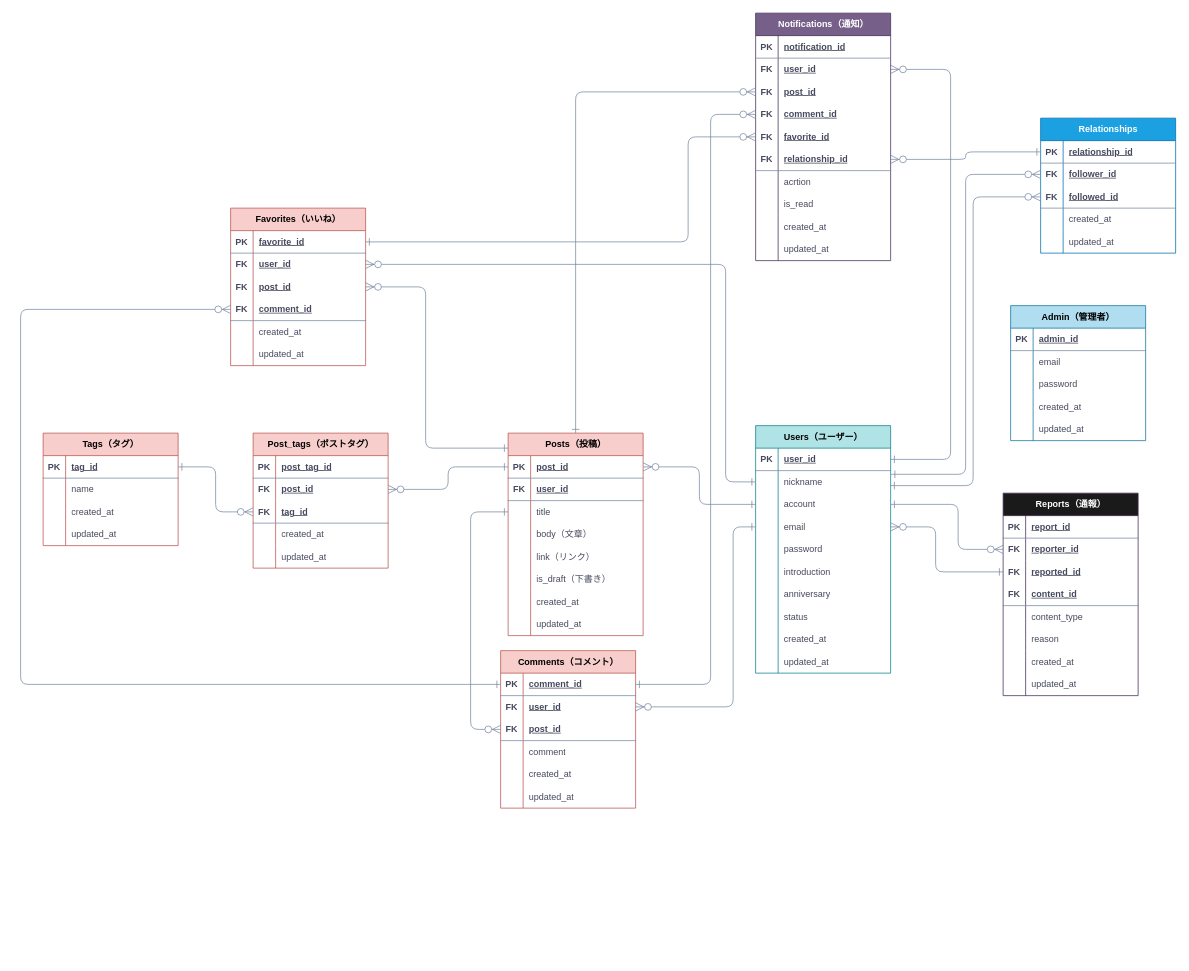
This is 2seeds.drawio from Ganmo3/drawio, a draw.io file, before an edit. Source tidied: cells renumbered, new cells numbered last; positions are measured from the earlier drawing's top-left corner, leaving out a move shared by most shapes. Both pictures are drawn from the tidied source at 75%, with x=0, y=0 at pixel (20, 13).
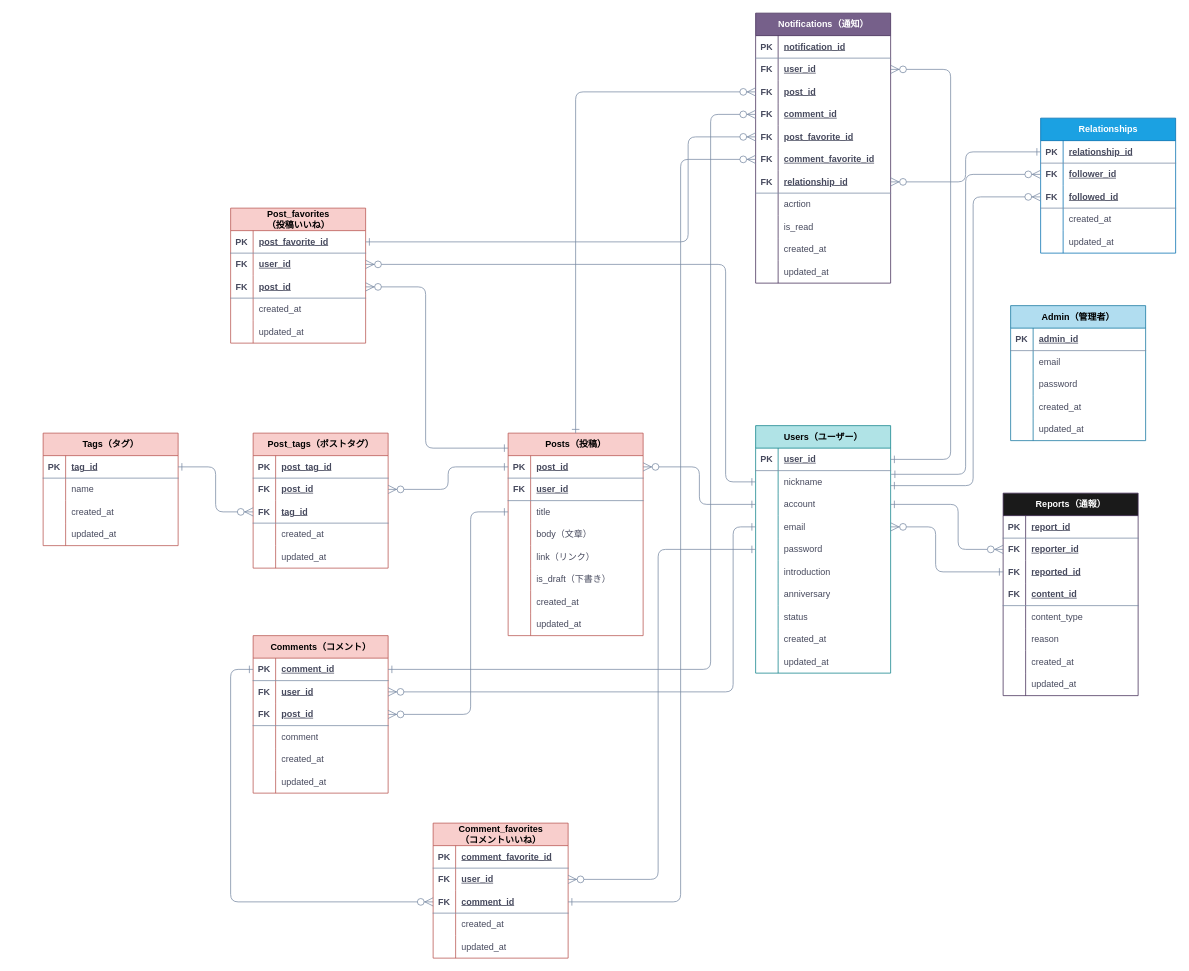
After the change.

Commit message:
2seeds.drawio を更新します

The change refers to these unchanged cells:
```xml
<mxCell id="31" style="shape=tableRow;horizontal=0;startSize=0;swimlaneHead=0;swimlaneBody=0;fillColor=none;points=[[0,0.5],[1,0.5]];portConstraint=eastwest;top=0;left=0;right=0;bottom=0;strokeColor=#788AA3;fontFamily=Helvetica;fontSize=12;fontColor=#46495D;html=1;labelBackgroundColor=none;" parent="18" vertex="1">
  <mxGeometry y="150" width="180" height="30" as="geometry" />
</mxCell>
<mxCell id="60" style="shape=tableRow;horizontal=0;startSize=0;swimlaneHead=0;swimlaneBody=0;fillColor=none;points=[[0,0.5],[1,0.5]];portConstraint=eastwest;top=0;left=0;right=0;bottom=0;strokeColor=#788AA3;fontFamily=Helvetica;fontSize=12;fontColor=#46495D;html=1;labelBackgroundColor=none;" parent="53" vertex="1">
  <mxGeometry y="90" width="180" height="30" as="geometry" />
</mxCell>
<mxCell id="82" style="shape=tableRow;horizontal=0;startSize=0;swimlaneHead=0;swimlaneBody=0;fillColor=none;points=[[0,0.5],[1,0.5]];portConstraint=eastwest;top=0;left=0;right=0;bottom=1;strokeColor=#788AA3;fontFamily=Helvetica;fontSize=12;fontColor=#46495D;html=1;labelBackgroundColor=none;" parent="81" vertex="1">
  <mxGeometry y="30" width="180" height="30" as="geometry" />
</mxCell>
<mxCell id="101" style="shape=tableRow;horizontal=0;startSize=0;swimlaneHead=0;swimlaneBody=0;fillColor=none;points=[[0,0.5],[1,0.5]];portConstraint=eastwest;top=0;left=0;right=0;bottom=1;strokeColor=#788AA3;fontFamily=Helvetica;fontSize=12;fontColor=#46495D;html=1;labelBackgroundColor=none;" parent="100" vertex="1">
  <mxGeometry y="30" width="180" height="30" as="geometry" />
</mxCell>
<mxCell id="107" style="shape=tableRow;horizontal=0;startSize=0;swimlaneHead=0;swimlaneBody=0;fillColor=none;points=[[0,0.5],[1,0.5]];portConstraint=eastwest;top=0;left=0;right=0;bottom=1;strokeColor=#788AA3;fontFamily=Helvetica;fontSize=12;fontColor=#46495D;html=1;labelBackgroundColor=none;" parent="100" vertex="1">
  <mxGeometry y="90" width="180" height="30" as="geometry" />
</mxCell>
<mxCell id="151" style="shape=tableRow;horizontal=0;startSize=0;swimlaneHead=0;swimlaneBody=0;fillColor=none;points=[[0,0.5],[1,0.5]];portConstraint=eastwest;top=0;left=0;right=0;bottom=0;strokeColor=#788AA3;fontFamily=Helvetica;fontSize=12;fontColor=#46495D;html=1;labelBackgroundColor=none;" parent="138" vertex="1">
  <mxGeometry y="150" width="180" height="30" as="geometry" />
</mxCell>
```

The edit, as a diff of the source:
```diff
@@
-    <mxCell id="81" value="Favorites（いいね）" style="shape=table;startSize=30;childLayout=tableLayout;rowLines=0;fontStyle=1;align=center;html=1;strokeColor=#b85450;fontFamily=Helvetica;fontSize=12;fillColor=#f8cecc;labelBackgroundColor=none;" parent="1" vertex="1">
-      <mxGeometry x="280" y="260" width="180" height="210" as="geometry" />
+    <mxCell id="81" value="Post_favorites&lt;br&gt;（投稿いいね）" style="shape=table;startSize=30;childLayout=tableLayout;rowLines=0;fontStyle=1;align=center;html=1;strokeColor=#b85450;fontFamily=Helvetica;fontSize=12;fillColor=#f8cecc;labelBackgroundColor=none;" parent="1" vertex="1">
+      <mxGeometry x="280" y="260" width="180" height="180" as="geometry" />
     </mxCell>
@@
-    <mxCell id="84" value="favorite_id" style="shape=partialRectangle;fillColor=none;top=0;left=0;bottom=0;right=0;align=left;spacingLeft=6;fontStyle=5;overflow=hidden;whiteSpace=wrap;html=1;strokeColor=#788AA3;fontFamily=Helvetica;fontSize=12;fontColor=#46495D;startSize=23;labelBackgroundColor=none;" parent="82" vertex="1">
+    <mxCell id="84" value="post_favorite_id" style="shape=partialRectangle;fillColor=none;top=0;left=0;bottom=0;right=0;align=left;spacingLeft=6;fontStyle=5;overflow=hidden;whiteSpace=wrap;html=1;strokeColor=#788AA3;fontFamily=Helvetica;fontSize=12;fontColor=#46495D;startSize=23;labelBackgroundColor=none;" parent="82" vertex="1">
       <mxGeometry x="30" width="150" height="30" as="geometry" />
     </mxCell>
@@
-    <mxCell id="88" style="shape=tableRow;horizontal=0;startSize=0;swimlaneHead=0;swimlaneBody=0;fillColor=none;top=0;left=0;right=0;bottom=0;strokeColor=#788AA3;fontFamily=Helvetica;fontSize=12;fontColor=#46495D;html=1;labelBackgroundColor=none;" parent="81" vertex="1">
-      <mxGeometry y="90" width="180" height="30" as="geometry" />
-    </mxCell>
-    <mxCell id="89" value="&lt;b&gt;FK&lt;/b&gt;" style="shape=partialRectangle;fillColor=none;top=0;left=0;bottom=0;right=0;overflow=hidden;whiteSpace=wrap;html=1;strokeColor=#788AA3;fontFamily=Helvetica;fontSize=12;fontColor=#46495D;startSize=23;labelBackgroundColor=none;" parent="88" vertex="1">
-      <mxGeometry width="30" height="30" as="geometry" />
-    </mxCell>
-    <mxCell id="90" value="&lt;u&gt;&lt;b&gt;post_id&lt;/b&gt;&lt;/u&gt;" style="shape=partialRectangle;fillColor=none;top=0;left=0;bottom=0;right=0;align=left;spacingLeft=6;overflow=hidden;whiteSpace=wrap;html=1;strokeColor=#788AA3;fontFamily=Helvetica;fontSize=12;fontColor=#46495D;startSize=23;labelBackgroundColor=none;" parent="88" vertex="1">
-      <mxGeometry x="30" width="150" height="30" as="geometry" />
-    </mxCell>
     <mxCell id="91" style="shape=tableRow;horizontal=0;startSize=0;swimlaneHead=0;swimlaneBody=0;fillColor=none;points=[[0,0.5],[1,0.5]];portConstraint=eastwest;top=0;left=0;right=0;bottom=1;strokeColor=#788AA3;fontFamily=Helvetica;fontSize=12;fontColor=#46495D;html=1;labelBackgroundColor=none;" parent="81" vertex="1">
-      <mxGeometry y="120" width="180" height="30" as="geometry" />
+      <mxGeometry y="90" width="180" height="30" as="geometry" />
     </mxCell>
@@
-    <mxCell id="93" value="comment_id" style="shape=partialRectangle;fillColor=none;top=0;left=0;bottom=0;right=0;align=left;spacingLeft=6;fontStyle=5;overflow=hidden;whiteSpace=wrap;html=1;strokeColor=#788AA3;fontFamily=Helvetica;fontSize=12;fontColor=#46495D;startSize=23;labelBackgroundColor=none;" parent="91" vertex="1">
+    <mxCell id="93" value="post_id" style="shape=partialRectangle;fillColor=none;top=0;left=0;bottom=0;right=0;align=left;spacingLeft=6;fontStyle=5;overflow=hidden;whiteSpace=wrap;html=1;strokeColor=#788AA3;fontFamily=Helvetica;fontSize=12;fontColor=#46495D;startSize=23;labelBackgroundColor=none;" parent="91" vertex="1">
       <mxGeometry x="30" width="150" height="30" as="geometry" />
     </mxCell>
     <mxCell id="94" style="shape=tableRow;horizontal=0;startSize=0;swimlaneHead=0;swimlaneBody=0;fillColor=none;top=0;left=0;right=0;bottom=0;strokeColor=#788AA3;fontFamily=Helvetica;fontSize=12;fontColor=#46495D;html=1;labelBackgroundColor=none;" parent="81" vertex="1">
-      <mxGeometry y="150" width="180" height="30" as="geometry" />
+      <mxGeometry y="120" width="180" height="30" as="geometry" />
     </mxCell>
@@
     <mxCell id="97" style="shape=tableRow;horizontal=0;startSize=0;swimlaneHead=0;swimlaneBody=0;fillColor=none;top=0;left=0;right=0;bottom=0;strokeColor=#788AA3;fontFamily=Helvetica;fontSize=12;fontColor=#46495D;html=1;labelBackgroundColor=none;" parent="81" vertex="1">
-      <mxGeometry y="180" width="180" height="30" as="geometry" />
+      <mxGeometry y="150" width="180" height="30" as="geometry" />
     </mxCell>
@@
     <mxCell id="100" value="Comments（コメント）" style="shape=table;startSize=30;childLayout=tableLayout;rowLines=0;fontStyle=1;align=center;html=1;strokeColor=#b85450;fontFamily=Helvetica;fontSize=12;fillColor=#f8cecc;labelBackgroundColor=none;" parent="1" vertex="1">
-      <mxGeometry x="640" y="850" width="180" height="210" as="geometry" />
+      <mxGeometry x="310" y="830" width="180" height="210" as="geometry" />
     </mxCell>
@@
-    <mxCell id="120" style="edgeStyle=elbowEdgeStyle;fontSize=12;html=1;endArrow=ERzeroToMany;endFill=1;fontFamily=Helvetica;fontColor=default;startSize=8;rounded=1;startArrow=ERone;startFill=0;endSize=9;labelBackgroundColor=none;strokeColor=#788AA3;exitX=0;exitY=0.5;exitDx=0;exitDy=0;" parent="1" edge="1" source="60">
+    <mxCell id="120" style="edgeStyle=elbowEdgeStyle;fontSize=12;html=1;endArrow=ERzeroToMany;endFill=1;fontFamily=Helvetica;fontColor=default;startSize=8;rounded=1;startArrow=ERone;startFill=0;endSize=9;labelBackgroundColor=none;strokeColor=#788AA3;exitX=0;exitY=0.5;exitDx=0;exitDy=0;entryX=1;entryY=0.5;entryDx=0;entryDy=0;" parent="1" edge="1" source="60" target="107">
       <mxGeometry relative="1" as="geometry">
-        <mxPoint x="640" y="955" as="targetPoint" />
         <Array as="points">
           <mxPoint x="600" y="820" />
         </Array>
       </mxGeometry>
     </mxCell>
@@
     <mxCell id="138" value="Notifications（通知）" style="shape=table;startSize=30;childLayout=tableLayout;rowLines=0;fontStyle=1;align=center;html=1;strokeColor=#432D57;fontFamily=Helvetica;fontSize=12;fillColor=#76608a;labelBackgroundColor=none;fontColor=#ffffff;" parent="1" vertex="1">
-      <mxGeometry x="980" width="180" height="330" as="geometry" />
+      <mxGeometry x="980" width="180" height="360" as="geometry" />
     </mxCell>
@@
-    <mxCell id="153" value="&lt;u&gt;&lt;b&gt;favorite_id&lt;/b&gt;&lt;/u&gt;" style="shape=partialRectangle;fillColor=none;top=0;left=0;bottom=0;right=0;align=left;spacingLeft=6;overflow=hidden;whiteSpace=wrap;html=1;strokeColor=#788AA3;fontFamily=Helvetica;fontSize=12;fontColor=#46495D;startSize=23;labelBackgroundColor=none;" parent="151" vertex="1">
+    <mxCell id="153" value="&lt;u&gt;&lt;b&gt;post_favorite_id&lt;/b&gt;&lt;/u&gt;" style="shape=partialRectangle;fillColor=none;top=0;left=0;bottom=0;right=0;align=left;spacingLeft=6;overflow=hidden;whiteSpace=wrap;html=1;strokeColor=#788AA3;fontFamily=Helvetica;fontSize=12;fontColor=#46495D;startSize=23;labelBackgroundColor=none;" parent="151" vertex="1">
       <mxGeometry x="30" width="150" height="30" as="geometry" />
     </mxCell>
+    <mxCell id="236" style="shape=tableRow;horizontal=0;startSize=0;swimlaneHead=0;swimlaneBody=0;fillColor=none;points=[[0,0.5],[1,0.5]];portConstraint=eastwest;top=0;left=0;right=0;bottom=0;strokeColor=#788AA3;fontFamily=Helvetica;fontSize=12;fontColor=#46495D;html=1;labelBackgroundColor=none;" parent="138" vertex="1">
+      <mxGeometry y="180" width="180" height="30" as="geometry" />
+    </mxCell>
+    <mxCell id="237" value="&lt;b&gt;FK&lt;/b&gt;" style="shape=partialRectangle;fillColor=none;top=0;left=0;bottom=0;right=0;overflow=hidden;whiteSpace=wrap;html=1;strokeColor=#788AA3;fontFamily=Helvetica;fontSize=12;fontColor=#46495D;startSize=23;labelBackgroundColor=none;" parent="236" vertex="1">
+      <mxGeometry width="30" height="30" as="geometry" />
+    </mxCell>
+    <mxCell id="238" value="&lt;u&gt;&lt;b&gt;comment_favorite_id&lt;/b&gt;&lt;/u&gt;" style="shape=partialRectangle;fillColor=none;top=0;left=0;bottom=0;right=0;align=left;spacingLeft=6;overflow=hidden;whiteSpace=wrap;html=1;strokeColor=#788AA3;fontFamily=Helvetica;fontSize=12;fontColor=#46495D;startSize=23;labelBackgroundColor=none;" parent="236" vertex="1">
+      <mxGeometry x="30" width="150" height="30" as="geometry" />
+    </mxCell>
     <mxCell id="154" style="shape=tableRow;horizontal=0;startSize=0;swimlaneHead=0;swimlaneBody=0;fillColor=none;points=[[0,0.5],[1,0.5]];portConstraint=eastwest;top=0;left=0;right=0;bottom=1;strokeColor=#788AA3;fontFamily=Helvetica;fontSize=12;fontColor=#46495D;html=1;labelBackgroundColor=none;" parent="138" vertex="1">
-      <mxGeometry y="180" width="180" height="30" as="geometry" />
+      <mxGeometry y="210" width="180" height="30" as="geometry" />
     </mxCell>
@@
     <mxCell id="157" style="shape=tableRow;horizontal=0;startSize=0;swimlaneHead=0;swimlaneBody=0;fillColor=none;top=0;left=0;right=0;bottom=0;strokeColor=#788AA3;fontFamily=Helvetica;fontSize=12;fontColor=#46495D;html=1;labelBackgroundColor=none;" parent="138" vertex="1">
-      <mxGeometry y="210" width="180" height="30" as="geometry" />
+      <mxGeometry y="240" width="180" height="30" as="geometry" />
     </mxCell>
@@
     <mxCell id="160" style="shape=tableRow;horizontal=0;startSize=0;swimlaneHead=0;swimlaneBody=0;fillColor=none;top=0;left=0;right=0;bottom=0;strokeColor=#788AA3;fontFamily=Helvetica;fontSize=12;fontColor=#46495D;html=1;labelBackgroundColor=none;" parent="138" vertex="1">
-      <mxGeometry y="240" width="180" height="30" as="geometry" />
+      <mxGeometry y="270" width="180" height="30" as="geometry" />
     </mxCell>
@@
     <mxCell id="163" style="shape=tableRow;horizontal=0;startSize=0;swimlaneHead=0;swimlaneBody=0;fillColor=none;top=0;left=0;right=0;bottom=0;strokeColor=#788AA3;fontFamily=Helvetica;fontSize=12;fontColor=#46495D;html=1;labelBackgroundColor=none;" parent="138" vertex="1">
-      <mxGeometry y="270" width="180" height="30" as="geometry" />
+      <mxGeometry y="300" width="180" height="30" as="geometry" />
     </mxCell>
@@
     <mxCell id="166" style="shape=tableRow;horizontal=0;startSize=0;swimlaneHead=0;swimlaneBody=0;fillColor=none;top=0;left=0;right=0;bottom=0;strokeColor=#788AA3;fontFamily=Helvetica;fontSize=12;fontColor=#46495D;html=1;labelBackgroundColor=none;" parent="138" vertex="1">
-      <mxGeometry y="300" width="180" height="30" as="geometry" />
+      <mxGeometry y="330" width="180" height="30" as="geometry" />
     </mxCell>
@@
-    <mxCell id="235" style="edgeStyle=elbowEdgeStyle;fontSize=12;html=1;endArrow=ERzeroToMany;endFill=1;fontFamily=Helvetica;fontColor=default;startSize=8;rounded=1;startArrow=ERone;startFill=0;endSize=9;labelBackgroundColor=none;strokeColor=#788AA3;exitX=0;exitY=0.5;exitDx=0;exitDy=0;entryX=0;entryY=0.5;entryDx=0;entryDy=0;" parent="1" edge="1" source="101" target="91">
+    <mxCell id="235" style="edgeStyle=elbowEdgeStyle;fontSize=12;html=1;endArrow=ERzeroToMany;endFill=1;fontFamily=Helvetica;fontColor=default;startSize=8;rounded=1;startArrow=ERone;startFill=0;endSize=9;labelBackgroundColor=none;strokeColor=#788AA3;exitX=0;exitY=0.5;exitDx=0;exitDy=0;" parent="1" edge="1" source="101" target="246">
       <mxGeometry relative="1" as="geometry">
         <Array as="points">
-          <mxPoint y="650" />
+          <mxPoint x="280" y="1040" />
         </Array>
       </mxGeometry>
     </mxCell>
+    <mxCell id="239" value="Comment_favorites&lt;br&gt;（コメントいいね）" style="shape=table;startSize=30;childLayout=tableLayout;rowLines=0;fontStyle=1;align=center;html=1;strokeColor=#b85450;fontFamily=Helvetica;fontSize=12;fillColor=#f8cecc;labelBackgroundColor=none;" parent="1" vertex="1">
+      <mxGeometry x="550" y="1080" width="180" height="180" as="geometry" />
+    </mxCell>
+    <mxCell id="240" style="shape=tableRow;horizontal=0;startSize=0;swimlaneHead=0;swimlaneBody=0;fillColor=none;top=0;left=0;right=0;bottom=1;strokeColor=#788AA3;fontFamily=Helvetica;fontSize=12;fontColor=#46495D;html=1;labelBackgroundColor=none;" parent="239" vertex="1">
+      <mxGeometry y="30" width="180" height="30" as="geometry" />
+    </mxCell>
+    <mxCell id="241" value="PK" style="shape=partialRectangle;fillColor=none;top=0;left=0;bottom=0;right=0;fontStyle=1;overflow=hidden;whiteSpace=wrap;html=1;strokeColor=#788AA3;fontFamily=Helvetica;fontSize=12;fontColor=#46495D;startSize=23;labelBackgroundColor=none;" parent="240" vertex="1">
+      <mxGeometry width="30" height="30" as="geometry" />
+    </mxCell>
+    <mxCell id="242" value="comment_favorite_id" style="shape=partialRectangle;fillColor=none;top=0;left=0;bottom=0;right=0;align=left;spacingLeft=6;fontStyle=5;overflow=hidden;whiteSpace=wrap;html=1;strokeColor=#788AA3;fontFamily=Helvetica;fontSize=12;fontColor=#46495D;startSize=23;labelBackgroundColor=none;" parent="240" vertex="1">
+      <mxGeometry x="30" width="150" height="30" as="geometry" />
+    </mxCell>
+    <mxCell id="243" style="shape=tableRow;horizontal=0;startSize=0;swimlaneHead=0;swimlaneBody=0;fillColor=none;points=[[0,0.5],[1,0.5]];portConstraint=eastwest;top=0;left=0;right=0;bottom=0;strokeColor=#788AA3;fontFamily=Helvetica;fontSize=12;fontColor=#46495D;html=1;labelBackgroundColor=none;" parent="239" vertex="1">
+      <mxGeometry y="60" width="180" height="30" as="geometry" />
+    </mxCell>
+    <mxCell id="244" value="&lt;b&gt;FK&lt;/b&gt;" style="shape=partialRectangle;fillColor=none;top=0;left=0;bottom=0;right=0;overflow=hidden;whiteSpace=wrap;html=1;strokeColor=#788AA3;fontFamily=Helvetica;fontSize=12;fontColor=#46495D;startSize=23;labelBackgroundColor=none;" parent="243" vertex="1">
+      <mxGeometry width="30" height="30" as="geometry" />
+    </mxCell>
+    <mxCell id="245" value="&lt;u&gt;&lt;b&gt;user_id&lt;/b&gt;&lt;/u&gt;" style="shape=partialRectangle;fillColor=none;top=0;left=0;bottom=0;right=0;align=left;spacingLeft=6;overflow=hidden;whiteSpace=wrap;html=1;strokeColor=#788AA3;fontFamily=Helvetica;fontSize=12;fontColor=#46495D;startSize=23;labelBackgroundColor=none;" parent="243" vertex="1">
+      <mxGeometry x="30" width="150" height="30" as="geometry" />
+    </mxCell>
+    <mxCell id="246" style="shape=tableRow;horizontal=0;startSize=0;swimlaneHead=0;swimlaneBody=0;fillColor=none;points=[[0,0.5],[1,0.5]];portConstraint=eastwest;top=0;left=0;right=0;bottom=1;strokeColor=#788AA3;fontFamily=Helvetica;fontSize=12;fontColor=#46495D;html=1;labelBackgroundColor=none;" parent="239" vertex="1">
+      <mxGeometry y="90" width="180" height="30" as="geometry" />
+    </mxCell>
+    <mxCell id="247" value="FK" style="shape=partialRectangle;fillColor=none;top=0;left=0;bottom=0;right=0;fontStyle=1;overflow=hidden;whiteSpace=wrap;html=1;strokeColor=#788AA3;fontFamily=Helvetica;fontSize=12;fontColor=#46495D;startSize=23;labelBackgroundColor=none;" parent="246" vertex="1">
+      <mxGeometry width="30" height="30" as="geometry" />
+    </mxCell>
+    <mxCell id="248" value="comment_id" style="shape=partialRectangle;fillColor=none;top=0;left=0;bottom=0;right=0;align=left;spacingLeft=6;fontStyle=5;overflow=hidden;whiteSpace=wrap;html=1;strokeColor=#788AA3;fontFamily=Helvetica;fontSize=12;fontColor=#46495D;startSize=23;labelBackgroundColor=none;" parent="246" vertex="1">
+      <mxGeometry x="30" width="150" height="30" as="geometry" />
+    </mxCell>
+    <mxCell id="249" style="shape=tableRow;horizontal=0;startSize=0;swimlaneHead=0;swimlaneBody=0;fillColor=none;top=0;left=0;right=0;bottom=0;strokeColor=#788AA3;fontFamily=Helvetica;fontSize=12;fontColor=#46495D;html=1;labelBackgroundColor=none;" parent="239" vertex="1">
+      <mxGeometry y="120" width="180" height="30" as="geometry" />
+    </mxCell>
+    <mxCell id="250" style="shape=partialRectangle;fillColor=none;top=0;left=0;bottom=0;right=0;overflow=hidden;whiteSpace=wrap;html=1;strokeColor=#788AA3;fontFamily=Helvetica;fontSize=12;fontColor=#46495D;startSize=23;labelBackgroundColor=none;" parent="249" vertex="1">
+      <mxGeometry width="30" height="30" as="geometry" />
+    </mxCell>
+    <mxCell id="251" value="created_at" style="shape=partialRectangle;fillColor=none;top=0;left=0;bottom=0;right=0;align=left;spacingLeft=6;overflow=hidden;whiteSpace=wrap;html=1;strokeColor=#788AA3;fontFamily=Helvetica;fontSize=12;fontColor=#46495D;startSize=23;labelBackgroundColor=none;" parent="249" vertex="1">
+      <mxGeometry x="30" width="150" height="30" as="geometry" />
+    </mxCell>
+    <mxCell id="252" style="shape=tableRow;horizontal=0;startSize=0;swimlaneHead=0;swimlaneBody=0;fillColor=none;top=0;left=0;right=0;bottom=0;strokeColor=#788AA3;fontFamily=Helvetica;fontSize=12;fontColor=#46495D;html=1;labelBackgroundColor=none;" parent="239" vertex="1">
+      <mxGeometry y="150" width="180" height="30" as="geometry" />
+    </mxCell>
+    <mxCell id="253" style="shape=partialRectangle;fillColor=none;top=0;left=0;bottom=0;right=0;overflow=hidden;whiteSpace=wrap;html=1;strokeColor=#788AA3;fontFamily=Helvetica;fontSize=12;fontColor=#46495D;startSize=23;labelBackgroundColor=none;" parent="252" vertex="1">
+      <mxGeometry width="30" height="30" as="geometry" />
+    </mxCell>
+    <mxCell id="254" value="updated_at" style="shape=partialRectangle;fillColor=none;top=0;left=0;bottom=0;right=0;align=left;spacingLeft=6;overflow=hidden;whiteSpace=wrap;html=1;strokeColor=#788AA3;fontFamily=Helvetica;fontSize=12;fontColor=#46495D;startSize=23;labelBackgroundColor=none;" parent="252" vertex="1">
+      <mxGeometry x="30" width="150" height="30" as="geometry" />
+    </mxCell>
+    <mxCell id="255" style="edgeStyle=elbowEdgeStyle;fontSize=12;html=1;endArrow=ERzeroToMany;endFill=1;fontFamily=Helvetica;fontColor=default;startSize=8;rounded=1;startArrow=ERone;startFill=0;endSize=9;labelBackgroundColor=none;strokeColor=#788AA3;exitX=0;exitY=0.5;exitDx=0;exitDy=0;entryX=1;entryY=0.5;entryDx=0;entryDy=0;" parent="1" edge="1" source="31" target="243">
+      <mxGeometry relative="1" as="geometry">
+        <Array as="points">
+          <mxPoint x="850" y="910" />
+          <mxPoint x="960" y="920" />
+          <mxPoint x="1160" y="1035" />
+        </Array>
+      </mxGeometry>
+    </mxCell>
+    <mxCell id="256" style="edgeStyle=elbowEdgeStyle;fontSize=12;html=1;endArrow=ERzeroToMany;endFill=1;fontFamily=Helvetica;fontColor=default;startSize=8;rounded=1;entryX=0;entryY=0.5;entryDx=0;entryDy=0;startArrow=ERone;startFill=0;endSize=9;labelBackgroundColor=none;strokeColor=#788AA3;" parent="1" edge="1" source="246" target="236">
+      <mxGeometry relative="1" as="geometry">
+        <Array as="points">
+          <mxPoint x="880" y="690" />
+        </Array>
+      </mxGeometry>
+    </mxCell>
```
